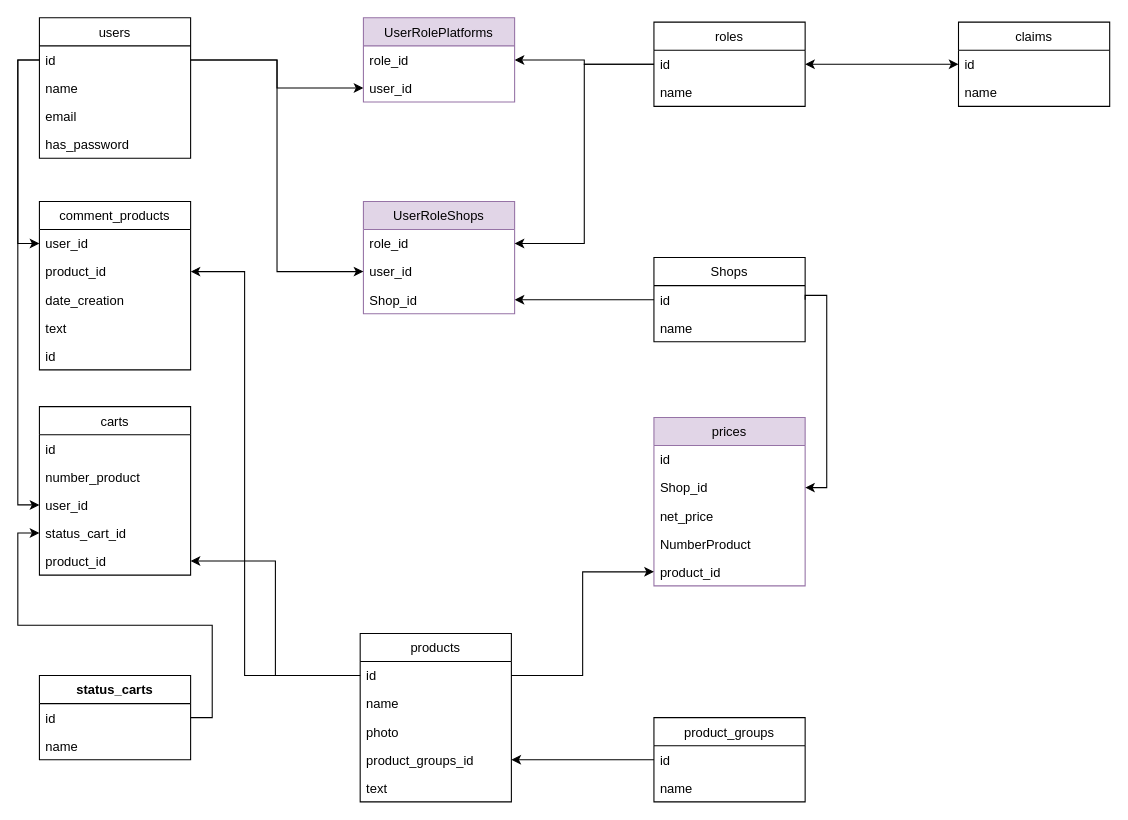
This is diagrams.net.drawio from MrPers/Marketplace, a draw.io file, before an edit. Source tidied: cells renumbered, new cells numbered last; positions are measured from the earlier drawing's top-left corner, leaving out a move shared by most shapes. Both pictures are drawn from the tidied source at 108%, with x=0, y=0 at pixel (17, 17).
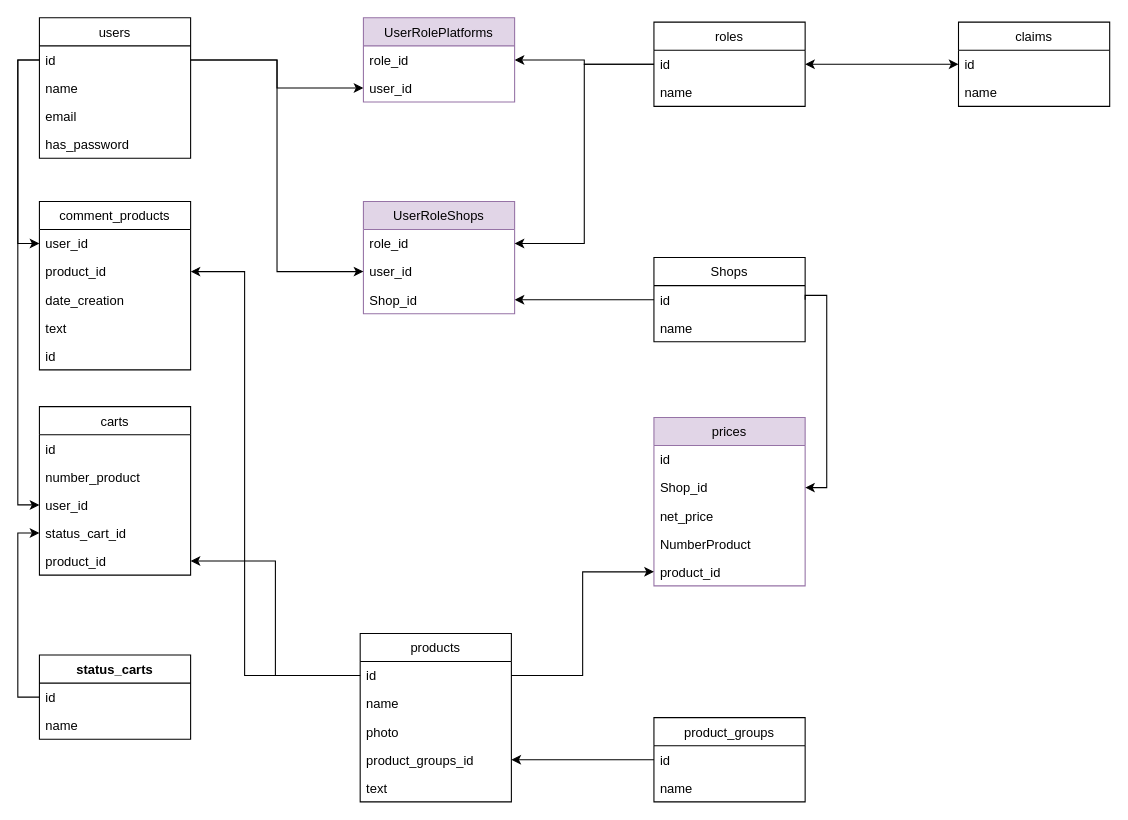
The same diagram, later.

The change refers to these unchanged cells:
```xml
<mxCell id="29" value=" status_cart_id" style="text;strokeColor=none;fillColor=none;align=left;verticalAlign=top;spacingLeft=4;spacingRight=4;overflow=hidden;points=[[0,0.5],[1,0.5]];portConstraint=eastwest;" parent="25" vertex="1">
  <mxGeometry y="104" width="140" height="26" as="geometry" />
</mxCell>
<mxCell id="32" value="id" style="text;strokeColor=none;fillColor=none;align=left;verticalAlign=top;spacingLeft=4;spacingRight=4;overflow=hidden;points=[[0,0.5],[1,0.5]];portConstraint=eastwest;" parent="31" vertex="1">
  <mxGeometry y="26" width="140" height="26" as="geometry" />
</mxCell>
```

Diff of the diagram source:
```diff
@@
     <mxCell id="31" value="status_carts" style="swimlane;fontStyle=1;horizontal=1;startSize=26;" parent="1" vertex="1">
-      <mxGeometry x="20" y="609" width="140" height="78" as="geometry" />
+      <mxGeometry x="20" y="590" width="140" height="78" as="geometry" />
     </mxCell>
@@
-    <mxCell id="46" style="edgeStyle=orthogonalEdgeStyle;rounded=0;jettySize=auto;html=1;entryX=1;entryY=0.5;entryDx=0;entryDy=0;startArrow=classic;startFill=1;endArrow=none;endFill=0;" parent="1" edge="1" source="29" target="32">
-      <mxGeometry relative="1" as="geometry" />
-    </mxCell>
@@
+    <mxCell id="68" style="edgeStyle=orthogonalEdgeStyle;rounded=0;jettySize=auto;html=1;exitX=0;exitY=0.5;exitDx=0;exitDy=0;entryX=0;entryY=0.5;entryDx=0;entryDy=0;" parent="1" edge="1" source="32" target="29">
+      <mxGeometry relative="1" as="geometry" />
+    </mxCell>
```
